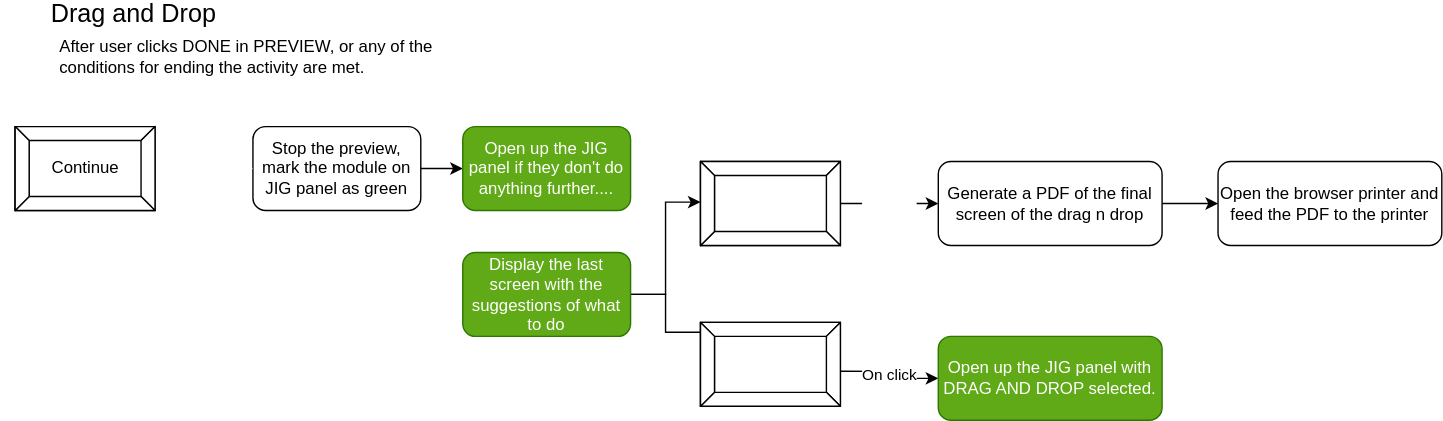
Above: modules/Drag and Drop/drag-drop.drawio.svg in ji-devs/ji-cloud-flowcharts (draw.io), before the change. Source tidied: cells renumbered, new cells last; positions are measured from the earlier drawing's top-left corner, leaving out a move shared by most shapes.
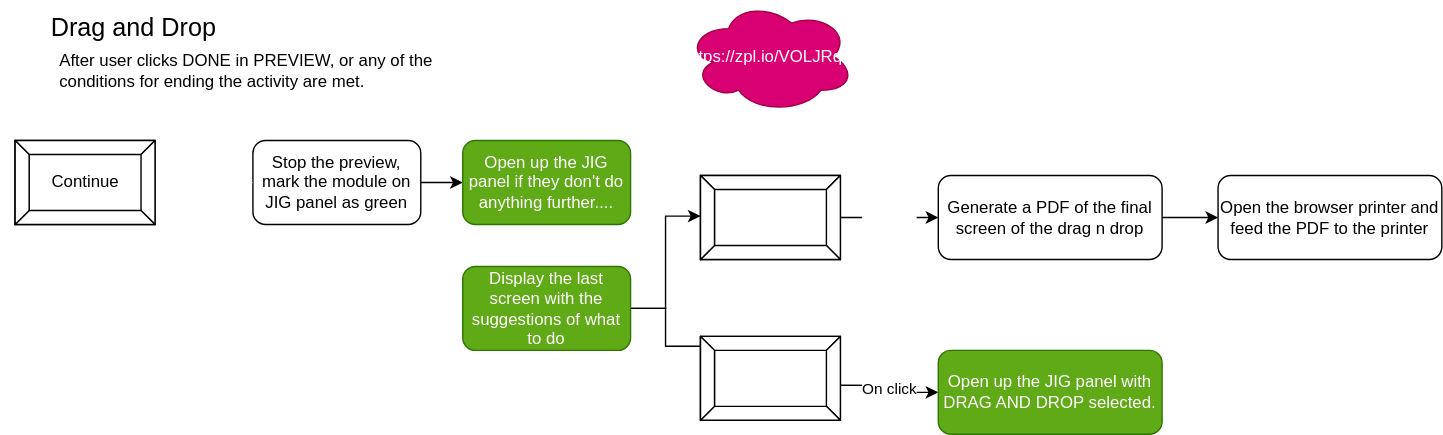
After the commit.

Commit message:
Added in links to the post-preview screens

The edit, as a diff of the source:
```diff
@@ -56,5 +56,8 @@
     <mxCell id="19" value="Continue" style="labelPosition=center;verticalLabelPosition=middle;align=center;html=1;shape=mxgraph.basic.button;dx=10;" parent="1" vertex="1">
       <mxGeometry x="10" y="90" width="100" height="60" as="geometry" />
     </mxCell>
+    <mxCell id="20" value="https://zpl.io/VOLJRqQ" style="ellipse;shape=cloud;whiteSpace=wrap;html=1;fontSize=12;fontColor=#ffffff;fillColor=#d80073;strokeColor=#A50040;" parent="1" vertex="1">
+      <mxGeometry x="490" y="-10" width="120" height="80" as="geometry" />
+    </mxCell>
   </root>
 </mxGraphModel>
```
